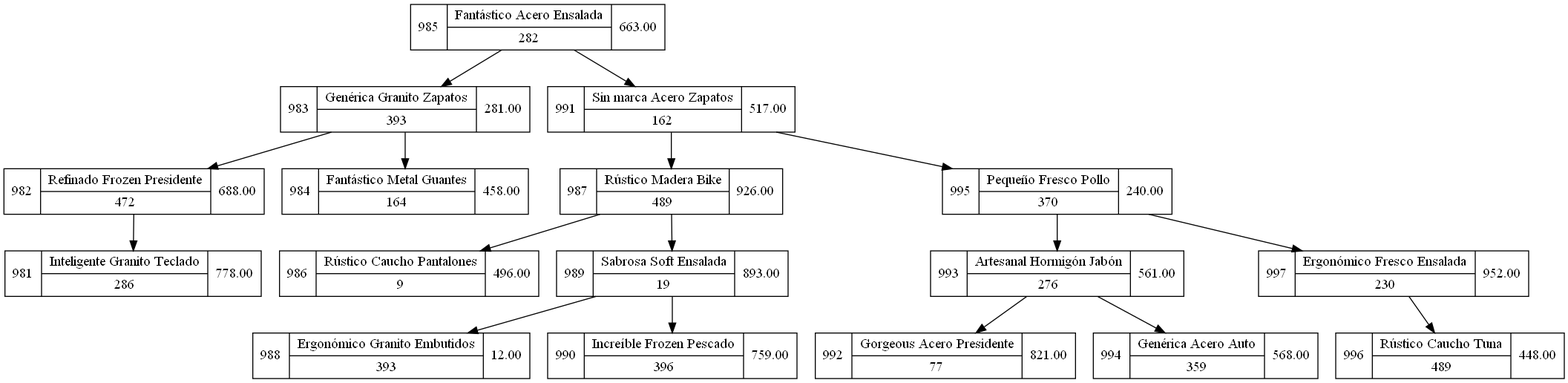
Above: Cliente/src/assets/arboles/inventario.png in RojasCJP/EDD_VirtualMall_201900289 (Graphviz), before the change. Its source is kept beside it as Cliente/src/assets/graphviz/inventario.dot.
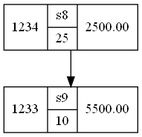
The same file after the commit.

Diff of the diagram source:
```diff
@@ -1,36 +1,6 @@
 digraph arbol{
   node [shape=record]
-"981" [label="981|{Inteligente Granito Teclado|286}|778.00"]
-"982" [label="982|{Refinado Frozen Presidente|472}|688.00"]
-"982"->"981"
-"983" [label="983|{Genérica Granito Zapatos|393}|281.00"]
-"983"->"982"
-"983"->"984"
-"984" [label="984|{Fantástico Metal Guantes|164}|458.00"]
-"985" [label="985|{Fantástico Acero Ensalada|282}|663.00"]
-"985"->"983"
-"985"->"991"
-"986" [label="986|{Rústico Caucho Pantalones|9}|496.00"]
-"987" [label="987|{Rústico Madera Bike|489}|926.00"]
-"987"->"986"
-"987"->"989"
-"988" [label="988|{Ergonómico Granito Embutidos|393}|12.00"]
-"989" [label="989|{Sabrosa Soft Ensalada|19}|893.00"]
-"989"->"988"
-"989"->"990"
-"990" [label="990|{Increíble Frozen Pescado|396}|759.00"]
-"991" [label="991|{Sin marca Acero Zapatos|162}|517.00"]
-"991"->"987"
-"991"->"995"
-"992" [label="992|{Gorgeous Acero Presidente|77}|821.00"]
-"993" [label="993|{Artesanal Hormigón Jabón|276}|561.00"]
-"993"->"992"
-"993"->"994"
-"994" [label="994|{Genérica Acero Auto|359}|568.00"]
-"995" [label="995|{Pequeño Fresco Pollo|370}|240.00"]
-"995"->"993"
-"995"->"997"
-"996" [label="996|{Rústico Caucho Tuna|489}|448.00"]
-"997" [label="997|{Ergonómico Fresco Ensalada|230}|952.00"]
-"997"->"996"
+"1233" [label="1233|{s9|10}|5500.00"]
+"1234" [label="1234|{s8|25}|2500.00"]
+"1234"->"1233"
 }
```
